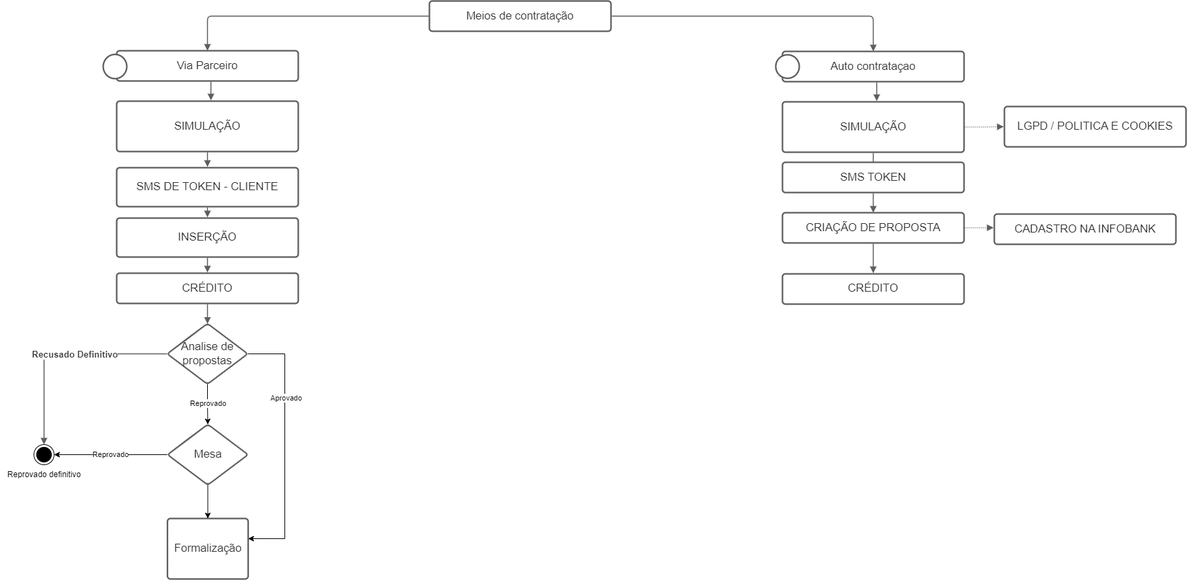
Above: Meios de contratação.drawio.png in uma-risadinha/Diagramas (draw.io), before the change. Source tidied: cells renumbered, new cells last; positions are measured from the earlier drawing's top-left corner, leaving out a move shared by most shapes.
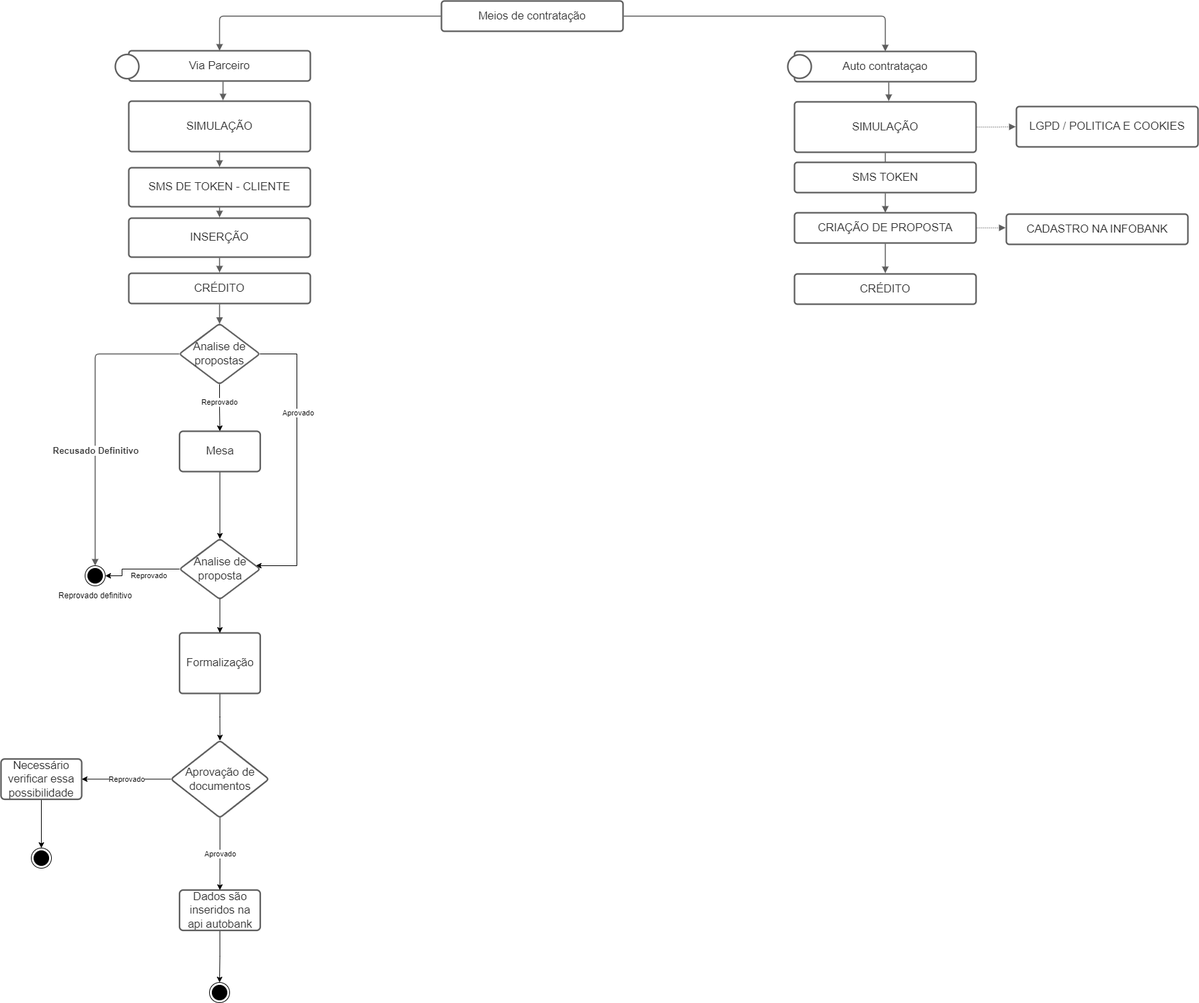
Above is the later version.

Change to the diagram source:
```diff
@@ -81,11 +81,11 @@
     <mxCell id="26" style="html=1;jettySize=18;whiteSpace=wrap;fontSize=13;strokeColor=#5E5E5E;strokeWidth=1.5;rounded=1;arcSize=12;edgeStyle=orthogonalEdgeStyle;startArrow=none;endArrow=block;endFill=1;exitX=0.5;exitY=1.024;exitPerimeter=0;entryX=0.5;entryY=0.004;entryPerimeter=0;" parent="1" edge="1" source="4" target="30">
       <mxGeometry relative="1" as="geometry" />
     </mxCell>
-    <mxCell id="27" style="edgeStyle=orthogonalEdgeStyle;rounded=0;jettySize=auto;html=1;" parent="1" edge="1" source="30" target="31">
+    <mxCell id="27" style="edgeStyle=orthogonalEdgeStyle;rounded=0;jettySize=auto;html=1;" parent="1" edge="1" source="30" target="36">
       <mxGeometry relative="1" as="geometry">
         <Array as="points">
           <mxPoint x="423" y="525" />
-          <mxPoint x="423" y="800" />
+          <mxPoint x="423" y="840" />
         </Array>
       </mxGeometry>
     </mxCell>
@@ -94,33 +94,46 @@
         <mxPoint y="-58" as="offset" />
       </mxGeometry>
     </mxCell>
-    <mxCell id="29" value="Reprovado" style="edgeStyle=orthogonalEdgeStyle;rounded=0;jettySize=auto;html=1;" parent="1" edge="1" source="30" target="36">
-      <mxGeometry relative="1" as="geometry" />
-    </mxCell>
+    <mxCell id="42" style="edgeStyle=orthogonalEdgeStyle;rounded=0;jettySize=auto;html=1;" parent="1" edge="1" source="30" target="54">
+      <mxGeometry relative="1" as="geometry" />
+    </mxCell>
+    <mxCell id="43" value="Reprovado" style="edgeLabel;html=1;align=center;verticalAlign=middle;" parent="42" vertex="1">
+      <mxGeometry x="-0.27" y="-1" relative="1" as="geometry" />
+    </mxCell>
     <mxCell id="30" value="Analise de propostas" style="html=1;overflow=block;blockSpacing=1;whiteSpace=wrap;rhombus;fontSize=16.7;fontColor=#333333;spacing=3.8;strokeColor=#5e5e5e;strokeOpacity=100;rounded=1;absoluteArcSize=1;arcSize=9;strokeWidth=2.3;" parent="1" vertex="1">
       <mxGeometry x="248" y="480" width="120" height="90" as="geometry" />
     </mxCell>
+    <mxCell id="44" style="edgeStyle=orthogonalEdgeStyle;rounded=0;jettySize=auto;html=1;" parent="1" edge="1" source="31" target="46">
+      <mxGeometry relative="1" as="geometry" />
+    </mxCell>
     <mxCell id="31" value="Formalização" style="html=1;overflow=block;blockSpacing=1;whiteSpace=wrap;fontSize=16.7;fontColor=#333333;spacing=9;strokeColor=#5e5e5e;strokeOpacity=100;rounded=1;absoluteArcSize=1;arcSize=9;strokeWidth=2.3;" parent="1" vertex="1">
-      <mxGeometry x="248.5" y="770" width="120" height="90" as="geometry" />
+      <mxGeometry x="248.5" y="940" width="120" height="90" as="geometry" />
     </mxCell>
     <mxCell id="32" style="html=1;jettySize=18;whiteSpace=wrap;fontSize=13.3;fontColor=#333333;fontStyle=1;strokeColor=#5E5E5E;strokeWidth=1.5;rounded=1;arcSize=12;edgeStyle=orthogonalEdgeStyle;startArrow=none;endArrow=block;endFill=1;" parent="1" edge="1" source="30" target="40">
       <mxGeometry relative="1" as="geometry">
         <Array as="points">
-          <mxPoint x="65" y="525" />
+          <mxPoint x="123" y="525" />
         </Array>
       </mxGeometry>
     </mxCell>
     <mxCell id="33" value="Recusado Definitivo" style="text;html=1;labelBackgroundColor=default;align=center;verticalAlign=middle;fontStyle=1;fontColor=#333333;fontSize=13.3;" parent="32" vertex="1">
-      <mxGeometry x="-0.13" relative="1" as="geometry" />
+      <mxGeometry x="-0.13" relative="1" as="geometry">
+        <mxPoint y="77" as="offset" />
+      </mxGeometry>
     </mxCell>
     <mxCell id="34" value="Reprovado" style="edgeStyle=orthogonalEdgeStyle;rounded=0;jettySize=auto;html=1;exitX=0;exitY=0.5;exitDx=0;exitDy=0;" parent="1" edge="1" source="36" target="40">
-      <mxGeometry relative="1" as="geometry" />
+      <mxGeometry x="-0.24" y="10" relative="1" as="geometry">
+        <Array as="points">
+          <mxPoint x="163" y="845" />
+          <mxPoint x="163" y="855" />
+        </Array>
+      </mxGeometry>
     </mxCell>
     <mxCell id="35" style="edgeStyle=orthogonalEdgeStyle;rounded=0;jettySize=auto;html=1;" parent="1" edge="1" source="36" target="31">
       <mxGeometry relative="1" as="geometry" />
     </mxCell>
-    <mxCell id="36" value="Mesa" style="html=1;overflow=block;blockSpacing=1;whiteSpace=wrap;rhombus;fontSize=16.7;fontColor=#333333;spacing=3.8;strokeColor=#5e5e5e;strokeOpacity=100;rounded=1;absoluteArcSize=1;arcSize=9;strokeWidth=2.3;" parent="1" vertex="1">
-      <mxGeometry x="248.5" y="630" width="120" height="90" as="geometry" />
+    <mxCell id="36" value="Analise de proposta" style="html=1;overflow=block;blockSpacing=1;whiteSpace=wrap;rhombus;fontSize=16.7;fontColor=#333333;spacing=3.8;strokeColor=#5e5e5e;strokeOpacity=100;rounded=1;absoluteArcSize=1;arcSize=9;strokeWidth=2.3;" parent="1" vertex="1">
+      <mxGeometry x="248.5" y="800" width="120" height="90" as="geometry" />
     </mxCell>
     <mxCell id="37" style="html=1;overflow=block;blockSpacing=1;whiteSpace=wrap;shape=mxgraph.bpmn.shape;verticalLabelPosition=bottom;verticalAlign=top;outline=standard;fontSize=13;spacing=0;strokeColor=#5e5e5e;strokeOpacity=100;rounded=1;absoluteArcSize=1;arcSize=9;strokeWidth=2.3;" parent="1" vertex="1">
       <mxGeometry x="153" y="79.5" width="35" height="36" as="geometry" />
@@ -132,10 +145,43 @@
       <mxGeometry relative="1" as="geometry" />
     </mxCell>
     <mxCell id="40" value="&amp;nbsp;" style="ellipse;html=1;shape=endState;fillColor=strokeColor;" parent="1" vertex="1">
-      <mxGeometry x="49.9" y="660" width="30" height="30" as="geometry" />
+      <mxGeometry x="108" y="840" width="30" height="30" as="geometry" />
     </mxCell>
     <mxCell id="41" value="Reprovado definitivo" style="text;html=1;align=center;verticalAlign=middle;strokeColor=none;fillColor=none;" parent="1" vertex="1">
-      <mxGeometry x="-0.1" y="690" width="130" height="30" as="geometry" />
+      <mxGeometry x="58" y="870" width="130" height="30" as="geometry" />
     </mxCell>
+    <mxCell id="45" value="Aprovado" style="edgeStyle=orthogonalEdgeStyle;rounded=0;jettySize=auto;html=1;" parent="1" edge="1" source="46" target="48">
+      <mxGeometry relative="1" as="geometry" />
+    </mxCell>
+    <mxCell id="29" value="Reprovado" style="edgeStyle=orthogonalEdgeStyle;rounded=0;jettySize=auto;html=1;" parent="1" edge="1" source="46" target="50">
+      <mxGeometry relative="1" as="geometry" />
+    </mxCell>
+    <mxCell id="46" value="Aprovação de documentos" style="rhombus;whiteSpace=wrap;html=1;fontSize=16.7;fillColor=rgb(255, 255, 255);strokeColor=#5e5e5e;fontColor=#333333;spacing=9;rounded=1;arcSize=9;strokeWidth=2.3;" parent="1" vertex="1">
+      <mxGeometry x="235.8" y="1100" width="145.5" height="115" as="geometry" />
+    </mxCell>
+    <mxCell id="47" style="edgeStyle=orthogonalEdgeStyle;rounded=0;jettySize=auto;html=1;" parent="1" edge="1" source="48" target="52">
+      <mxGeometry relative="1" as="geometry" />
+    </mxCell>
+    <mxCell id="48" value="Dados são inseridos na api autobank" style="whiteSpace=wrap;html=1;fontSize=16.7;fillColor=rgb(255, 255, 255);strokeColor=#5e5e5e;fontColor=#333333;spacing=9;rounded=1;arcSize=9;strokeWidth=2.3;" parent="1" vertex="1">
+      <mxGeometry x="248.5" y="1322.5" width="120" height="60" as="geometry" />
+    </mxCell>
+    <mxCell id="49" style="edgeStyle=orthogonalEdgeStyle;rounded=0;jettySize=auto;html=1;" parent="1" edge="1" source="50" target="51">
+      <mxGeometry relative="1" as="geometry" />
+    </mxCell>
+    <mxCell id="50" value="Necessário verificar essa possibilidade" style="whiteSpace=wrap;html=1;fontSize=16.7;fillColor=rgb(255, 255, 255);strokeColor=#5e5e5e;fontColor=#333333;spacing=9;rounded=1;arcSize=9;strokeWidth=2.3;" parent="1" vertex="1">
+      <mxGeometry x="-17" y="1127.5" width="120" height="60" as="geometry" />
+    </mxCell>
+    <mxCell id="51" style="ellipse;html=1;shape=endState;fillColor=strokeColor;" parent="1" vertex="1">
+      <mxGeometry x="28" y="1260" width="30" height="30" as="geometry" />
+    </mxCell>
+    <mxCell id="52" style="ellipse;html=1;shape=endState;fillColor=strokeColor;" parent="1" vertex="1">
+      <mxGeometry x="293" y="1460" width="30" height="30" as="geometry" />
+    </mxCell>
+    <mxCell id="53" style="edgeStyle=orthogonalEdgeStyle;rounded=0;jettySize=auto;html=1;" parent="1" edge="1" source="54" target="36">
+      <mxGeometry relative="1" as="geometry" />
+    </mxCell>
+    <mxCell id="54" value="Mesa" style="whiteSpace=wrap;html=1;fontSize=16.7;fillColor=rgb(255, 255, 255);strokeColor=#5e5e5e;fontColor=#333333;spacing=3.8;rounded=1;arcSize=9;strokeWidth=2.3;" parent="1" vertex="1">
+      <mxGeometry x="248.5" y="640" width="120" height="60" as="geometry" />
+    </mxCell>
   </root>
 </mxGraphModel>
```
